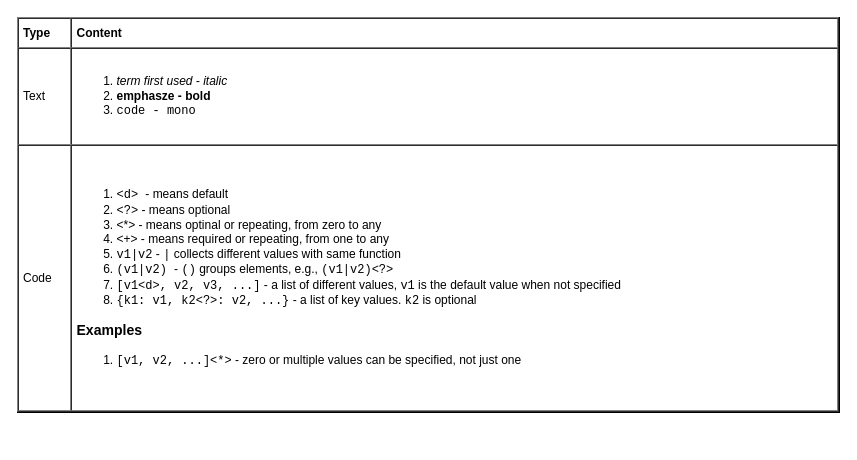
Earlier version of the draw.io diagram page "Writing" (1 of 6) of ux/ux.drawio (yangdj/tf_docs). Source tidied: cells renumbered, new cells numbered last; positions are measured from the earlier drawing's top-left corner, leaving out a move shared by most shapes. Both pictures are drawn from the tidied source at 100%, with x=0, y=0 at pixel (17, 17).
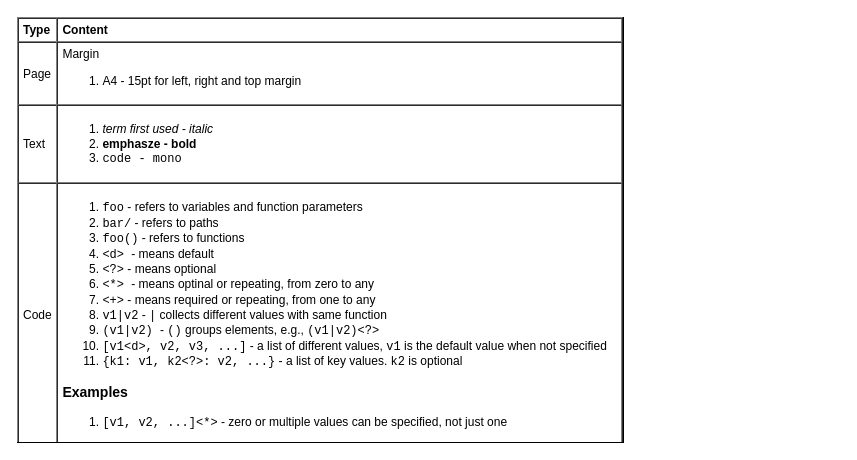
The same page after the edit.

Change to the diagram source:
```diff
@@
 <mxGraphModel>
   <root>
     <mxCell id="0" />
     <mxCell id="1" parent="0" />
-    <mxCell id="2" value="&lt;table cellpadding=&quot;4&quot; cellspacing=&quot;0&quot; border=&quot;1&quot; style=&quot;font-size: 12px ; width: 100% ; height: 100%&quot;&gt;&lt;tbody style=&quot;font-size: 12px&quot;&gt;&lt;tr style=&quot;font-size: 12px&quot;&gt;&lt;th style=&quot;font-size: 12px&quot;&gt;Type&lt;/th&gt;&lt;th style=&quot;font-size: 12px&quot;&gt;Content&lt;/th&gt;&lt;/tr&gt;&lt;tr style=&quot;font-size: 12px&quot;&gt;&lt;td style=&quot;font-size: 12px&quot;&gt;Text&lt;/td&gt;&lt;td style=&quot;font-size: 12px&quot;&gt;&lt;ol style=&quot;font-size: 12px&quot;&gt;&lt;li style=&quot;font-size: 12px&quot;&gt;&lt;i style=&quot;font-size: 12px&quot;&gt;term first used - italic&lt;/i&gt;&lt;/li&gt;&lt;li style=&quot;font-size: 12px&quot;&gt;&lt;b style=&quot;font-size: 12px&quot;&gt;emphasze - bold&lt;/b&gt;&lt;/li&gt;&lt;li&gt;&lt;font face=&quot;Courier New&quot;&gt;code - mono&lt;/font&gt;&lt;/li&gt;&lt;/ol&gt;&lt;/td&gt;&lt;/tr&gt;&lt;tr style=&quot;font-size: 12px&quot;&gt;&lt;td style=&quot;font-size: 12px&quot;&gt;Code&lt;/td&gt;&lt;td style=&quot;font-size: 12px&quot;&gt;&lt;ol style=&quot;font-size: 12px&quot;&gt;&lt;li style=&quot;font-size: 12px&quot;&gt;&lt;font face=&quot;Courier New&quot;&gt;&amp;lt;d&amp;gt; &lt;/font&gt;&lt;span&gt;- means default&lt;/span&gt;&lt;br&gt;&lt;/li&gt;&lt;li&gt;&lt;font face=&quot;Courier New&quot;&gt;&amp;lt;?&amp;gt;&lt;/font&gt;&amp;nbsp;- means optional&lt;/li&gt;&lt;li style=&quot;font-size: 12px&quot;&gt;&lt;font style=&quot;font-size: 12px&quot;&gt;&amp;lt;*&amp;gt; - means optinal or repeating, from zero to any&lt;/font&gt;&lt;/li&gt;&lt;li style=&quot;font-size: 12px&quot;&gt;&lt;font style=&quot;font-size: 12px&quot;&gt;&amp;lt;+&amp;gt; - means required or repeating, from one to any&lt;/font&gt;&lt;/li&gt;&lt;li&gt;&lt;font face=&quot;Courier New&quot;&gt;v1|v2&lt;/font&gt;&lt;span&gt; - &lt;/span&gt;&lt;font face=&quot;Courier New&quot;&gt;|&lt;/font&gt;&lt;span&gt; collects different values with same function&lt;/span&gt;&lt;br&gt;&lt;/li&gt;&lt;li&gt;&lt;font face=&quot;Courier New&quot;&gt;(v1|v2)&amp;nbsp;&lt;/font&gt;-&amp;nbsp;&lt;font face=&quot;Courier New&quot;&gt;()&lt;/font&gt;&amp;nbsp;groups elements, e.g.,&amp;nbsp;&lt;font face=&quot;Courier New&quot;&gt;(v1|v2)&amp;lt;?&amp;gt;&lt;/font&gt;&lt;/li&gt;&lt;li style=&quot;font-size: 12px&quot;&gt;&lt;font face=&quot;Courier New&quot; style=&quot;font-size: 12px&quot;&gt;[v1&amp;lt;d&amp;gt;, v2, v3, ...]&lt;/font&gt; - a list of different values, &lt;font face=&quot;Courier New&quot; style=&quot;font-size: 12px&quot;&gt;v1&lt;/font&gt;&amp;nbsp;is the default value when not specified&lt;/li&gt;&lt;li style=&quot;font-size: 12px&quot;&gt;&lt;font face=&quot;Courier New&quot;&gt;{k1: v1, k2&amp;lt;?&amp;gt;: v2, ...}&lt;/font&gt; - a list of key values. &lt;font face=&quot;Courier New&quot;&gt;k2&lt;/font&gt;&amp;nbsp;is optional&lt;br&gt;&lt;/li&gt;&lt;/ol&gt;&lt;h3&gt;Examples&lt;/h3&gt;&lt;div&gt;&lt;ol&gt;&lt;li&gt;&lt;font face=&quot;Courier New&quot;&gt;[v1, v2, ...]&amp;lt;*&amp;gt;&lt;/font&gt;&amp;nbsp;- zero or multiple values can be specified, not just one&lt;/li&gt;&lt;/ol&gt;&lt;/div&gt;&lt;/td&gt;&lt;/tr&gt;&lt;/tbody&gt;&lt;/table&gt; " style="verticalAlign=top;align=left;overflow=fill;fontSize=12;fontFamily=Helvetica;html=1;fillColor=#ffffff;" parent="1" vertex="1">
-      <mxGeometry width="822" height="395" as="geometry" />
+    <mxCell id="2" value="&lt;table cellpadding=&quot;4&quot; cellspacing=&quot;0&quot; border=&quot;1&quot; style=&quot;font-size: 12px ; width: 100% ; height: 100%&quot;&gt;&lt;tbody style=&quot;font-size: 12px&quot;&gt;&lt;tr style=&quot;font-size: 12px&quot;&gt;&lt;th style=&quot;font-size: 12px&quot;&gt;Type&lt;/th&gt;&lt;th style=&quot;font-size: 12px&quot;&gt;Content&lt;/th&gt;&lt;/tr&gt;&lt;tr&gt;&lt;td&gt;Page&lt;/td&gt;&lt;td&gt;Margin&lt;br&gt;&lt;ol&gt;&lt;li&gt;A4 - 15pt for left, right and top margin&lt;/li&gt;&lt;/ol&gt;&lt;/td&gt;&lt;/tr&gt;&lt;tr style=&quot;font-size: 12px&quot;&gt;&lt;td style=&quot;font-size: 12px&quot;&gt;Text&lt;/td&gt;&lt;td style=&quot;font-size: 12px&quot;&gt;&lt;ol style=&quot;font-size: 12px&quot;&gt;&lt;li style=&quot;font-size: 12px&quot;&gt;&lt;i style=&quot;font-size: 12px&quot;&gt;term first used - italic&lt;/i&gt;&lt;/li&gt;&lt;li style=&quot;font-size: 12px&quot;&gt;&lt;b style=&quot;font-size: 12px&quot;&gt;emphasze - bold&lt;/b&gt;&lt;/li&gt;&lt;li&gt;&lt;font face=&quot;Courier New&quot;&gt;code - mono&lt;/font&gt;&lt;/li&gt;&lt;/ol&gt;&lt;/td&gt;&lt;/tr&gt;&lt;tr style=&quot;font-size: 12px&quot;&gt;&lt;td style=&quot;font-size: 12px&quot;&gt;Code&lt;/td&gt;&lt;td style=&quot;font-size: 12px&quot;&gt;&lt;ol style=&quot;font-size: 12px&quot;&gt;&lt;li style=&quot;font-size: 12px&quot;&gt;&lt;font face=&quot;Courier New&quot;&gt;foo&lt;/font&gt; - refers to variables and function parameters&lt;/li&gt;&lt;li style=&quot;font-size: 12px&quot;&gt;&lt;font face=&quot;Courier New&quot;&gt;bar/&lt;/font&gt; - refers to paths&lt;/li&gt;&lt;li style=&quot;font-size: 12px&quot;&gt;&lt;font face=&quot;Courier New&quot;&gt;foo()&lt;/font&gt; - refers to functions&lt;/li&gt;&lt;li style=&quot;font-size: 12px&quot;&gt;&lt;font face=&quot;Courier New&quot;&gt;&amp;lt;d&amp;gt; &lt;/font&gt;&lt;span&gt;- means default&lt;/span&gt;&lt;br&gt;&lt;/li&gt;&lt;li&gt;&lt;font face=&quot;Courier New&quot;&gt;&amp;lt;?&amp;gt;&lt;/font&gt;&amp;nbsp;- means optional&lt;/li&gt;&lt;li style=&quot;font-size: 12px&quot;&gt;&lt;font style=&quot;font-size: 12px&quot;&gt;&lt;font face=&quot;Courier New&quot;&gt;&amp;lt;*&amp;gt; &lt;/font&gt;- means optinal or repeating, from zero to any&lt;/font&gt;&lt;/li&gt;&lt;li style=&quot;font-size: 12px&quot;&gt;&lt;font style=&quot;font-size: 12px&quot;&gt;&lt;font face=&quot;Courier New&quot;&gt;&amp;lt;+&amp;gt;&lt;/font&gt; - means required or repeating, from one to any&lt;/font&gt;&lt;/li&gt;&lt;li&gt;&lt;font face=&quot;Courier New&quot;&gt;v1|v2&lt;/font&gt;&lt;span&gt; - &lt;/span&gt;&lt;font face=&quot;Courier New&quot;&gt;|&lt;/font&gt;&lt;span&gt; collects different values with same function&lt;/span&gt;&lt;br&gt;&lt;/li&gt;&lt;li&gt;&lt;font face=&quot;Courier New&quot;&gt;(v1|v2)&amp;nbsp;&lt;/font&gt;-&amp;nbsp;&lt;font face=&quot;Courier New&quot;&gt;()&lt;/font&gt;&amp;nbsp;groups elements, e.g.,&amp;nbsp;&lt;font face=&quot;Courier New&quot;&gt;(v1|v2)&amp;lt;?&amp;gt;&lt;/font&gt;&lt;/li&gt;&lt;li style=&quot;font-size: 12px&quot;&gt;&lt;font face=&quot;Courier New&quot; style=&quot;font-size: 12px&quot;&gt;[v1&amp;lt;d&amp;gt;, v2, v3, ...]&lt;/font&gt; - a list of different values, &lt;font face=&quot;Courier New&quot; style=&quot;font-size: 12px&quot;&gt;v1&lt;/font&gt;&amp;nbsp;is the default value when not specified&lt;/li&gt;&lt;li style=&quot;font-size: 12px&quot;&gt;&lt;font face=&quot;Courier New&quot;&gt;{k1: v1, k2&amp;lt;?&amp;gt;: v2, ...}&lt;/font&gt; - a list of key values. &lt;font face=&quot;Courier New&quot;&gt;k2&lt;/font&gt;&amp;nbsp;is optional&lt;br&gt;&lt;/li&gt;&lt;/ol&gt;&lt;h3&gt;Examples&lt;/h3&gt;&lt;div&gt;&lt;ol&gt;&lt;li&gt;&lt;font face=&quot;Courier New&quot;&gt;[v1, v2, ...]&amp;lt;*&amp;gt;&lt;/font&gt;&amp;nbsp;- zero or multiple values can be specified, not just one&lt;/li&gt;&lt;/ol&gt;&lt;/div&gt;&lt;/td&gt;&lt;/tr&gt;&lt;/tbody&gt;&lt;/table&gt; " style="verticalAlign=top;align=left;overflow=fill;fontSize=12;fontFamily=Helvetica;html=1;fillColor=#ffffff;rotation=0;" parent="1" vertex="1">
+      <mxGeometry width="606" height="425" as="geometry" />
     </mxCell>
   </root>
 </mxGraphModel>
```
